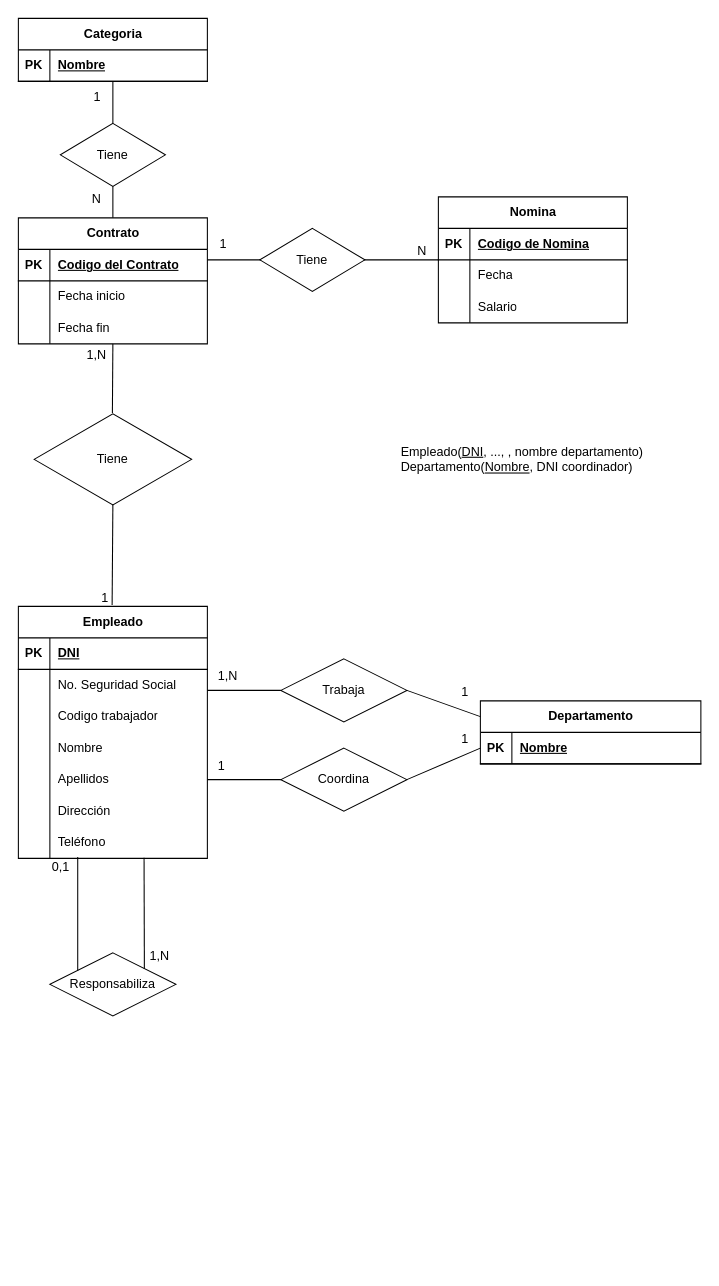
Before: Ejercicio_7_Organigrama.drawio in BasementHalfStackDev/ejercicios-ud12, a draw.io diagram. Source tidied: cells renumbered, new cells numbered last; positions are measured from the earlier drawing's top-left corner, leaving out a move shared by most shapes. Both pictures are drawn from the tidied source at 105%, with x=0, y=0 at pixel (18, 18).
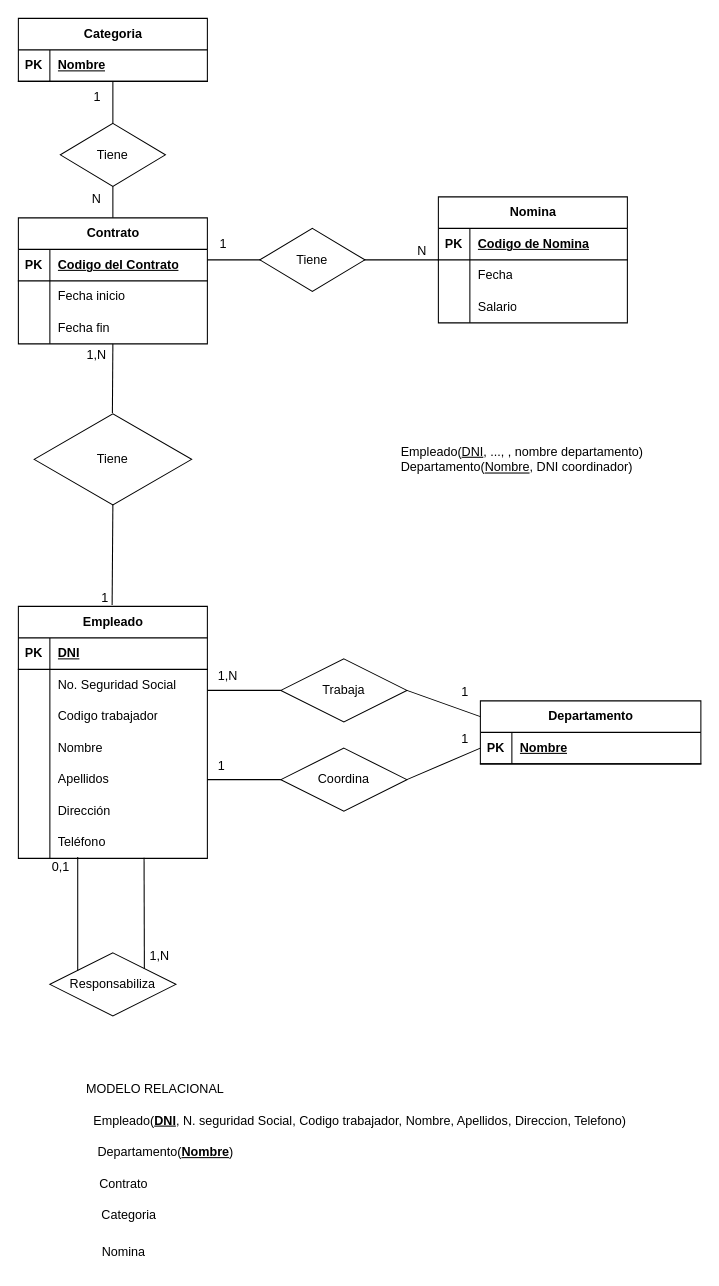
The same page after the edit.

The edit, as a diff of the source:
```diff
@@
+    <mxCell id="83" value="MODELO RELACIONAL" style="text;html=1;align=center;verticalAlign=middle;strokeColor=none;fillColor=none;" parent="1" vertex="1">
+      <mxGeometry x="55" y="1005" width="150" height="30" as="geometry" />
+    </mxCell>
@@
+    <mxCell id="84" value="Empleado(&lt;b&gt;&lt;u&gt;DNI&lt;/u&gt;&lt;/b&gt;, N. seguridad Social, Codigo trabajador, Nombre, Apellidos, Direccion, Telefono)" style="text;html=1;align=center;verticalAlign=middle;strokeColor=none;fillColor=none;" parent="1" vertex="1">
+      <mxGeometry x="60" y="1035" width="530" height="30" as="geometry" />
+    </mxCell>
+    <mxCell id="85" value="Departamento(&lt;b&gt;&lt;u&gt;Nombre&lt;/u&gt;&lt;/b&gt;)" style="text;html=1;align=center;verticalAlign=middle;strokeColor=none;fillColor=none;" parent="1" vertex="1">
+      <mxGeometry x="65" y="1065" width="150" height="30" as="geometry" />
+    </mxCell>
+    <mxCell id="86" value="Contrato" style="text;html=1;align=center;verticalAlign=middle;strokeColor=none;fillColor=none;" parent="1" vertex="1">
+      <mxGeometry x="65" y="1095" width="70" height="30" as="geometry" />
+    </mxCell>
+    <mxCell id="87" value="Categoria" style="text;html=1;align=center;verticalAlign=middle;strokeColor=none;fillColor=none;" parent="1" vertex="1">
+      <mxGeometry x="65" y="1125" width="80" height="30" as="geometry" />
+    </mxCell>
+    <mxCell id="88" value="Nomina" style="text;html=1;align=center;verticalAlign=middle;strokeColor=none;fillColor=none;" parent="1" vertex="1">
+      <mxGeometry x="70" y="1160" width="60" height="30" as="geometry" />
+    </mxCell>
```
